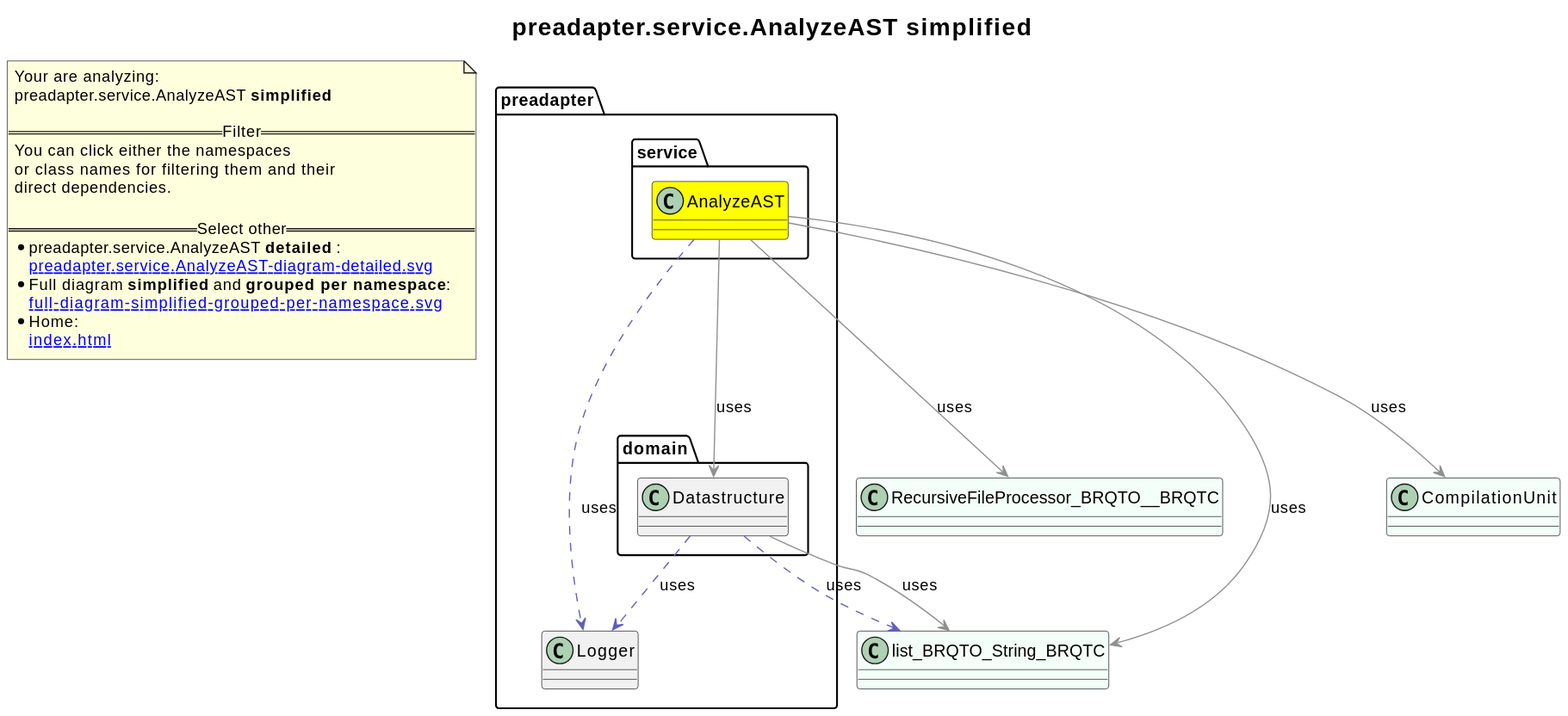
2BlackCoffees/revenger keeps this PlantUML diagram as revenger-java-adapter.out/preadapter.service.AnalyzeAST-diagram-simplified.svg. Above is the earlier version.
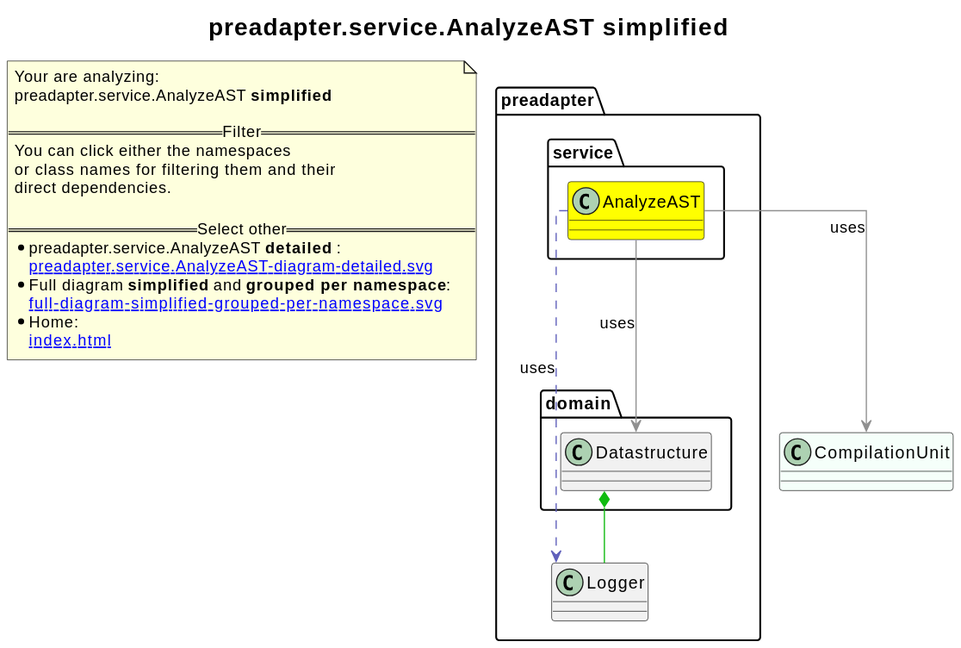
The same diagram one commit later.

What changed in the source:
```diff
@@ -1,10 +1,7 @@
 @startuml
+skinparam linetype ortho
 title <size:20>preadapter.service.AnalyzeAST **simplified** </size>
 note "Your are analyzing:\npreadapter.service.AnalyzeAST **simplified** \n\n==Filter==\nYou can click either the namespaces \nor class names for filtering them and their\ndirect dependencies.\n\n==Select other==\n* preadapter.service.AnalyzeAST **detailed** :\n   [[preadapter.service.AnalyzeAST-diagram-detailed.svg]]\n* Full diagram **simplified** and **grouped per namespace**:\n   [[full-diagram-simplified-grouped-per-namespace.svg]]\n* Home:\n   [[index.html]]" as FloatingNote
-class RecursiveFileProcessor_BRQTO__BRQTC [[RecursiveFileProcessor_BRQTO__BRQTC-diagram-simplified.svg]] #MintCream {
-}
-class list_BRQTO_String_BRQTC [[list_BRQTO_String_BRQTC-diagram-simplified.svg]] #MintCream {
-}
 class CompilationUnit [[CompilationUnit-diagram-simplified.svg]] #MintCream {
 }
 class preadapter.Logger [[preadapter.Logger-diagram-simplified.svg]]  {
@@ -13,12 +10,8 @@
   }
   class preadapter.service.AnalyzeAST [[preadapter.service.AnalyzeAST-diagram-simplified.svg]] #yellow {
   }
-preadapter.domain.Datastructure .[#6060BB].> preadapter.Logger  : uses
-preadapter.domain.Datastructure .[#6060BB].> list_BRQTO_String_BRQTC  : uses
-preadapter.domain.Datastructure -[#909090]-> list_BRQTO_String_BRQTC  : uses
+preadapter.domain.Datastructure *-[#10BB10]- preadapter.Logger
 preadapter.service.AnalyzeAST .[#6060BB].> preadapter.Logger  : uses
 preadapter.service.AnalyzeAST -[#909090]-> preadapter.domain.Datastructure  : uses
-preadapter.service.AnalyzeAST -[#909090]-> RecursiveFileProcessor_BRQTO__BRQTC  : uses
-preadapter.service.AnalyzeAST -[#909090]-> list_BRQTO_String_BRQTC  : uses
 preadapter.service.AnalyzeAST -[#909090]-> CompilationUnit  : uses
 @enduml
```
